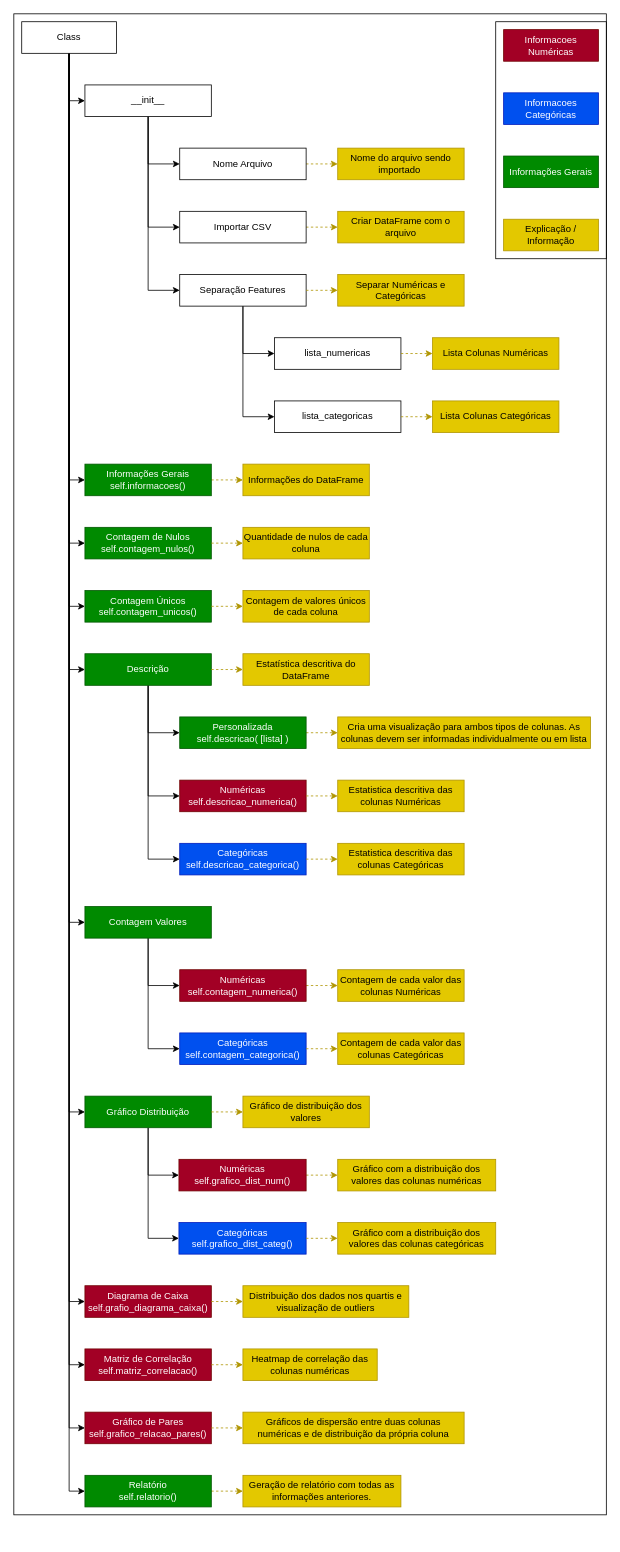
Above: assets/Projeto_DataViz.drawio in MarceloHenriques/Projeto_Data_Quality (draw.io), before the change. Source tidied: cells renumbered, new cells numbered last; positions are measured from the earlier drawing's top-left corner, leaving out a move shared by most shapes. Both pictures are drawn from the tidied source at 79%, with x=0, y=0 at pixel (13, 13).
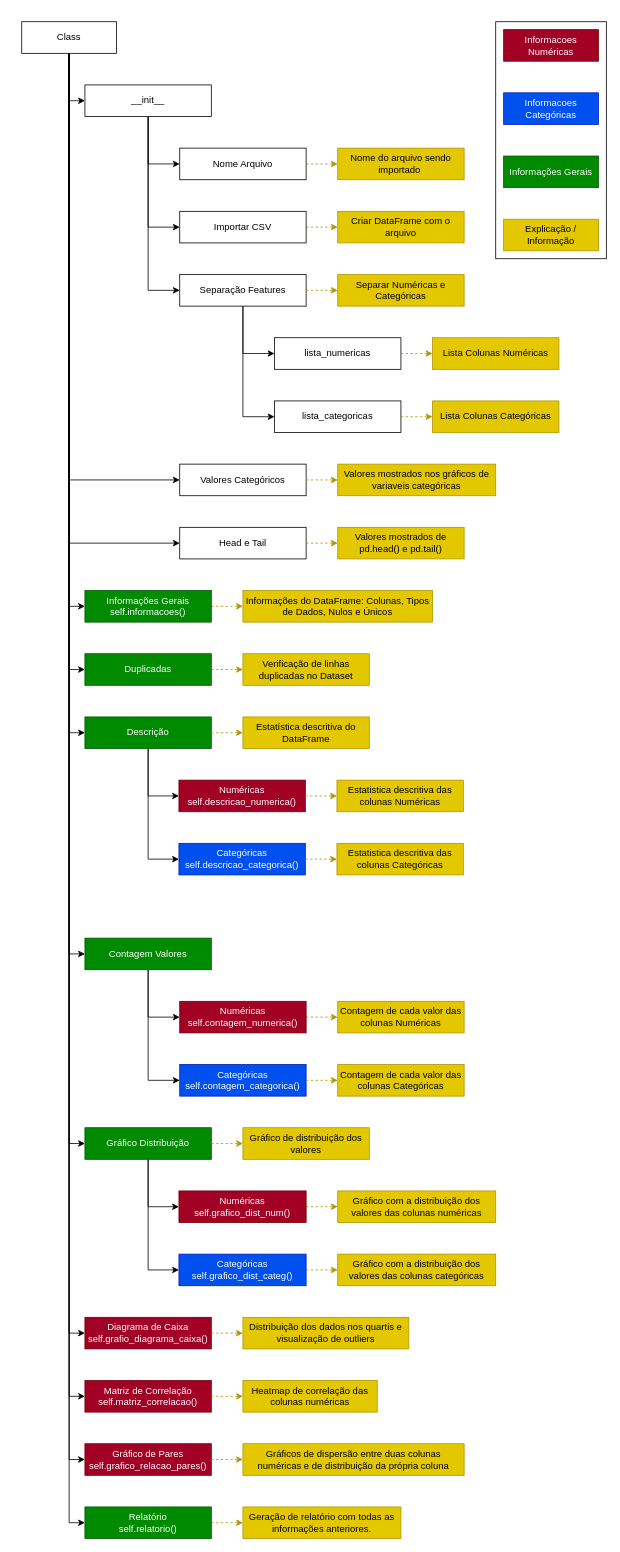
Above is the later version.

Commit message (it also covers changes not shown here):
Finalização Data Quality e atualizados arquivos readme e de fluxo.

Unchanged cells that the change refers to:
```xml
<mxCell id="15" value="Class" style="rounded=0;whiteSpace=wrap;html=1;" parent="1" vertex="1">
  <mxGeometry x="10" y="10" width="120" height="40" as="geometry" />
</mxCell>
```

The edit, as a diff of the source:
```diff
@@
-    <mxCell id="2" style="rounded=0;whiteSpace=wrap;html=1;fillColor=none;" parent="1" vertex="1">
-      <mxGeometry width="750" height="1900" as="geometry" />
-    </mxCell>
@@
-    <mxCell id="7" style="edgeStyle=orthogonalEdgeStyle;rounded=0;jettySize=auto;html=1;entryX=0;entryY=0.5;entryDx=0;entryDy=0;exitX=0.5;exitY=1;exitDx=0;exitDy=0;" parent="1" edge="1" source="15" target="37">
-      <mxGeometry relative="1" as="geometry" />
-    </mxCell>
@@
+    <mxCell id="98" style="edgeStyle=orthogonalEdgeStyle;rounded=0;jettySize=auto;html=1;entryX=0;entryY=0.5;entryDx=0;entryDy=0;exitX=0.5;exitY=1;exitDx=0;exitDy=0;" parent="1" edge="1" source="15" target="100">
+      <mxGeometry relative="1" as="geometry" />
+    </mxCell>
+    <mxCell id="99" style="edgeStyle=orthogonalEdgeStyle;rounded=0;jettySize=auto;html=1;entryX=0;entryY=0.5;entryDx=0;entryDy=0;exitX=0.5;exitY=1;exitDx=0;exitDy=0;" parent="1" edge="1" source="15" target="101">
+      <mxGeometry relative="1" as="geometry" />
+    </mxCell>
@@
     <mxCell id="31" value="&lt;div&gt;Numéricas&lt;/div&gt;&lt;div&gt;self.contagem_numerica()&lt;br&gt;&lt;/div&gt;" style="rounded=0;whiteSpace=wrap;html=1;fillColor=#a20025;fontColor=#ffffff;strokeColor=#6F0000;" parent="1" vertex="1">
-      <mxGeometry x="210" y="1210" width="160" height="40" as="geometry" />
+      <mxGeometry x="210" y="1250" width="160" height="40" as="geometry" />
     </mxCell>
     <mxCell id="32" value="Contagem de cada valor das colunas Numéricas" style="rounded=0;whiteSpace=wrap;html=1;fillColor=#e3c800;fontColor=#000000;strokeColor=#B09500;" parent="1" vertex="1">
-      <mxGeometry x="410" y="1210" width="160" height="40" as="geometry" />
+      <mxGeometry x="410" y="1250" width="160" height="40" as="geometry" />
     </mxCell>
@@
-    <mxCell id="37" value="Contagem de Nulos&lt;div&gt;self.contagem_nulos()&lt;/div&gt;" style="rounded=0;whiteSpace=wrap;html=1;fillColor=#008a00;fontColor=#ffffff;strokeColor=#005700;" parent="1" vertex="1">
-      <mxGeometry x="90" y="650" width="160" height="40" as="geometry" />
-    </mxCell>
-    <mxCell id="38" value="Quantidade de nulos de cada coluna" style="rounded=0;whiteSpace=wrap;html=1;fillColor=#e3c800;fontColor=#000000;strokeColor=#B09500;" parent="1" vertex="1">
-      <mxGeometry x="290" y="650" width="160" height="40" as="geometry" />
-    </mxCell>
-    <mxCell id="39" style="edgeStyle=orthogonalEdgeStyle;rounded=0;jettySize=auto;html=1;dashed=1;fillColor=#e3c800;strokeColor=#B09500;entryX=0;entryY=0.5;entryDx=0;entryDy=0;exitX=1;exitY=0.5;exitDx=0;exitDy=0;" parent="1" edge="1" source="37" target="38">
-      <mxGeometry relative="1" as="geometry" />
-    </mxCell>
-    <mxCell id="40" value="Contagem Únicos&lt;div&gt;self.contagem_unicos()&lt;/div&gt;" style="rounded=0;whiteSpace=wrap;html=1;fillColor=#008a00;fontColor=#ffffff;strokeColor=#005700;" parent="1" vertex="1">
-      <mxGeometry x="90" y="730" width="160" height="40" as="geometry" />
+    <mxCell id="40" value="Duplicadas" style="rounded=0;whiteSpace=wrap;html=1;fillColor=#008a00;fontColor=#ffffff;strokeColor=#005700;" parent="1" vertex="1">
+      <mxGeometry x="90" y="810" width="160" height="40" as="geometry" />
     </mxCell>
-    <mxCell id="41" value="Contagem de valores únicos de cada coluna" style="rounded=0;whiteSpace=wrap;html=1;fillColor=#e3c800;fontColor=#000000;strokeColor=#B09500;" parent="1" vertex="1">
-      <mxGeometry x="290" y="730" width="160" height="40" as="geometry" />
+    <mxCell id="41" value="Verificação de linhas duplicadas no Dataset" style="rounded=0;whiteSpace=wrap;html=1;fillColor=#e3c800;fontColor=#000000;strokeColor=#B09500;" parent="1" vertex="1">
+      <mxGeometry x="290" y="810" width="160" height="40" as="geometry" />
     </mxCell>
@@
     <mxCell id="43" value="&lt;div&gt;Categóricas&lt;/div&gt;&lt;div&gt;self.contagem_categorica()&lt;br&gt;&lt;/div&gt;" style="rounded=0;whiteSpace=wrap;html=1;fillColor=#0050ef;fontColor=#ffffff;strokeColor=#001DBC;" parent="1" vertex="1">
-      <mxGeometry x="210" y="1290" width="160" height="40" as="geometry" />
+      <mxGeometry x="210" y="1330" width="160" height="40" as="geometry" />
     </mxCell>
     <mxCell id="44" value="Contagem de cada valor das colunas Categóricas" style="rounded=0;whiteSpace=wrap;html=1;fillColor=#e3c800;fontColor=#000000;strokeColor=#B09500;" parent="1" vertex="1">
-      <mxGeometry x="410" y="1290" width="160" height="40" as="geometry" />
+      <mxGeometry x="410" y="1330" width="160" height="40" as="geometry" />
     </mxCell>
@@
     <mxCell id="48" value="Gráfico Distribuição" style="rounded=0;whiteSpace=wrap;html=1;fillColor=#008a00;fontColor=#ffffff;strokeColor=#005700;" parent="1" vertex="1">
-      <mxGeometry x="90" y="1370" width="160" height="40" as="geometry" />
+      <mxGeometry x="90" y="1410" width="160" height="40" as="geometry" />
     </mxCell>
     <mxCell id="49" value="Gráfico de distribuição dos valores" style="rounded=0;whiteSpace=wrap;html=1;fillColor=#e3c800;fontColor=#000000;strokeColor=#B09500;" parent="1" vertex="1">
-      <mxGeometry x="290" y="1370" width="160" height="40" as="geometry" />
+      <mxGeometry x="290" y="1410" width="160" height="40" as="geometry" />
     </mxCell>
@@
     <mxCell id="61" value="Informações Gerais&lt;div&gt;self.informacoes()&lt;/div&gt;" style="rounded=0;whiteSpace=wrap;html=1;fillColor=#008a00;fontColor=#ffffff;strokeColor=#005700;" parent="1" vertex="1">
-      <mxGeometry x="90" y="570" width="160" height="40" as="geometry" />
+      <mxGeometry x="90" y="730" width="160" height="40" as="geometry" />
     </mxCell>
-    <mxCell id="62" value="Informações do DataFrame" style="rounded=0;whiteSpace=wrap;html=1;fillColor=#e3c800;fontColor=#000000;strokeColor=#B09500;" parent="1" vertex="1">
-      <mxGeometry x="290" y="570" width="160" height="40" as="geometry" />
+    <mxCell id="62" value="Informações do DataFrame: Colunas, Tipos de Dados, Nulos e Únicos" style="rounded=0;whiteSpace=wrap;html=1;fillColor=#e3c800;fontColor=#000000;strokeColor=#B09500;" parent="1" vertex="1">
+      <mxGeometry x="290" y="730" width="240" height="40" as="geometry" />
     </mxCell>
-    <mxCell id="63" style="edgeStyle=orthogonalEdgeStyle;rounded=0;jettySize=auto;html=1;entryX=0;entryY=0.5;entryDx=0;entryDy=0;exitX=0.5;exitY=1;exitDx=0;exitDy=0;" parent="1" edge="1" source="66" target="70">
-      <mxGeometry relative="1" as="geometry" />
-    </mxCell>
@@
     <mxCell id="66" value="Descrição" style="rounded=0;whiteSpace=wrap;html=1;fillColor=#008a00;fontColor=#ffffff;strokeColor=#005700;" parent="1" vertex="1">
-      <mxGeometry x="90" y="810" width="160" height="40" as="geometry" />
+      <mxGeometry x="90" y="890" width="160" height="40" as="geometry" />
     </mxCell>
     <mxCell id="67" value="Estatística descritiva do DataFrame" style="rounded=0;whiteSpace=wrap;html=1;fillColor=#e3c800;fontColor=#000000;strokeColor=#B09500;" parent="1" vertex="1">
-      <mxGeometry x="290" y="810" width="160" height="40" as="geometry" />
+      <mxGeometry x="290" y="890" width="160" height="40" as="geometry" />
     </mxCell>
@@
-    <mxCell id="69" style="edgeStyle=orthogonalEdgeStyle;rounded=0;jettySize=auto;html=1;entryX=0;entryY=0.5;entryDx=0;entryDy=0;exitX=1;exitY=0.5;exitDx=0;exitDy=0;fillColor=#e3c800;strokeColor=#B09500;dashed=1;" parent="1" edge="1" source="70" target="73">
-      <mxGeometry relative="1" as="geometry" />
-    </mxCell>
-    <mxCell id="70" value="Personalizada&lt;div&gt;self.descricao( [lista] )&lt;/div&gt;" style="rounded=0;whiteSpace=wrap;html=1;fillColor=#008a00;fontColor=#ffffff;strokeColor=#005700;" parent="1" vertex="1">
-      <mxGeometry x="210" y="890" width="160" height="40" as="geometry" />
-    </mxCell>
     <mxCell id="71" value="Numéricas&lt;div&gt;self.descricao_numerica()&lt;/div&gt;" style="rounded=0;whiteSpace=wrap;html=1;fillColor=#a20025;fontColor=#ffffff;strokeColor=#6F0000;" parent="1" vertex="1">
-      <mxGeometry x="210" y="970" width="160" height="40" as="geometry" />
+      <mxGeometry x="209" y="970" width="160" height="40" as="geometry" />
     </mxCell>
     <mxCell id="72" value="Categóricas&lt;div&gt;self.descricao_categorica()&lt;/div&gt;" style="rounded=0;whiteSpace=wrap;html=1;fillColor=#0050ef;fontColor=#ffffff;strokeColor=#001DBC;" parent="1" vertex="1">
-      <mxGeometry x="210" y="1050" width="160" height="40" as="geometry" />
+      <mxGeometry x="209" y="1050" width="160" height="40" as="geometry" />
     </mxCell>
-    <mxCell id="73" value="Cria uma visualização para ambos tipos de colunas. As colunas devem ser informadas individualmente ou em lista" style="rounded=0;whiteSpace=wrap;html=1;fillColor=#e3c800;fontColor=#000000;strokeColor=#B09500;" parent="1" vertex="1">
-      <mxGeometry x="410" y="890" width="320" height="40" as="geometry" />
-    </mxCell>
     <mxCell id="74" value="Estatistica descritiva das colunas Numéricas" style="rounded=0;whiteSpace=wrap;html=1;fillColor=#e3c800;fontColor=#000000;strokeColor=#B09500;" parent="1" vertex="1">
-      <mxGeometry x="410" y="970" width="160" height="40" as="geometry" />
+      <mxGeometry x="409" y="970" width="160" height="40" as="geometry" />
     </mxCell>
@@
     <mxCell id="77" value="Estatistica descritiva das colunas Categóricas" style="rounded=0;whiteSpace=wrap;html=1;fillColor=#e3c800;fontColor=#000000;strokeColor=#B09500;" parent="1" vertex="1">
-      <mxGeometry x="410" y="1050" width="160" height="40" as="geometry" />
+      <mxGeometry x="409" y="1050" width="160" height="40" as="geometry" />
     </mxCell>
@@
     <mxCell id="80" value="Contagem Valores" style="rounded=0;whiteSpace=wrap;html=1;fillColor=#008a00;fontColor=#ffffff;strokeColor=#005700;" parent="1" vertex="1">
-      <mxGeometry x="90" y="1130" width="160" height="40" as="geometry" />
+      <mxGeometry x="90" y="1170" width="160" height="40" as="geometry" />
     </mxCell>
     <mxCell id="81" value="&lt;div&gt;Numéricas&lt;/div&gt;&lt;div&gt;self.grafico_dist_num()&lt;/div&gt;" style="rounded=0;whiteSpace=wrap;html=1;fillColor=#a20025;fontColor=#ffffff;strokeColor=#6F0000;" parent="1" vertex="1">
-      <mxGeometry x="209" y="1450" width="161" height="40" as="geometry" />
+      <mxGeometry x="209" y="1490" width="161" height="40" as="geometry" />
     </mxCell>
     <mxCell id="82" value="Gráfico com a distribuição dos valores das colunas numéricas" style="rounded=0;whiteSpace=wrap;html=1;fillColor=#e3c800;fontColor=#000000;strokeColor=#B09500;" parent="1" vertex="1">
-      <mxGeometry x="410" y="1450" width="200" height="40" as="geometry" />
+      <mxGeometry x="410" y="1490" width="200" height="40" as="geometry" />
     </mxCell>
     <mxCell id="83" value="&lt;div&gt;Categóricas&lt;/div&gt;&lt;div&gt;self.grafico_dist_categ()&lt;/div&gt;" style="rounded=0;whiteSpace=wrap;html=1;fillColor=#0050ef;fontColor=#ffffff;strokeColor=#001DBC;" parent="1" vertex="1">
-      <mxGeometry x="209" y="1530" width="161" height="40" as="geometry" />
+      <mxGeometry x="209" y="1570" width="161" height="40" as="geometry" />
     </mxCell>
     <mxCell id="84" value="Gráfico com a distribuição dos valores das colunas categóricas" style="rounded=0;whiteSpace=wrap;html=1;fillColor=#e3c800;fontColor=#000000;strokeColor=#B09500;" parent="1" vertex="1">
-      <mxGeometry x="410" y="1530" width="200" height="40" as="geometry" />
+      <mxGeometry x="410" y="1570" width="200" height="40" as="geometry" />
     </mxCell>
@@
     <mxCell id="86" value="&lt;div&gt;Diagrama de Caixa&lt;/div&gt;&lt;div&gt;self.grafio_diagrama_caixa()&lt;/div&gt;" style="rounded=0;whiteSpace=wrap;html=1;fillColor=#a20025;fontColor=#ffffff;strokeColor=#6F0000;" parent="1" vertex="1">
-      <mxGeometry x="90" y="1610" width="160" height="40" as="geometry" />
+      <mxGeometry x="90" y="1650" width="160" height="40" as="geometry" />
     </mxCell>
     <mxCell id="87" value="Distribuição dos dados nos quartis e visualização de outliers" style="rounded=0;whiteSpace=wrap;html=1;fillColor=#e3c800;fontColor=#000000;strokeColor=#B09500;" parent="1" vertex="1">
-      <mxGeometry x="290" y="1610" width="210" height="40" as="geometry" />
+      <mxGeometry x="290" y="1650" width="210" height="40" as="geometry" />
     </mxCell>
@@
     <mxCell id="89" value="&lt;div&gt;Matriz de Correlação&lt;/div&gt;&lt;div&gt;self.matriz_correlacao()&lt;/div&gt;" style="rounded=0;whiteSpace=wrap;html=1;fillColor=#a20025;fontColor=#ffffff;strokeColor=#6F0000;" parent="1" vertex="1">
-      <mxGeometry x="90" y="1690" width="160" height="40" as="geometry" />
+      <mxGeometry x="90" y="1730" width="160" height="40" as="geometry" />
     </mxCell>
     <mxCell id="90" value="Heatmap de correlação das colunas numéricas" style="rounded=0;whiteSpace=wrap;html=1;fillColor=#e3c800;fontColor=#000000;strokeColor=#B09500;" parent="1" vertex="1">
-      <mxGeometry x="290" y="1690" width="170" height="40" as="geometry" />
+      <mxGeometry x="290" y="1730" width="170" height="40" as="geometry" />
     </mxCell>
@@
     <mxCell id="92" value="&lt;div&gt;Gráfico de Pares&lt;/div&gt;&lt;div&gt;self.grafico_relacao_pares()&lt;/div&gt;" style="rounded=0;whiteSpace=wrap;html=1;fillColor=#a20025;fontColor=#ffffff;strokeColor=#6F0000;" parent="1" vertex="1">
-      <mxGeometry x="90" y="1770" width="160" height="40" as="geometry" />
+      <mxGeometry x="90" y="1810" width="160" height="40" as="geometry" />
     </mxCell>
     <mxCell id="93" value="Gráficos de dispersão entre duas colunas numéricas e de distribuição da própria coluna" style="rounded=0;whiteSpace=wrap;html=1;fillColor=#e3c800;fontColor=#000000;strokeColor=#B09500;" parent="1" vertex="1">
-      <mxGeometry x="290" y="1770" width="280" height="40" as="geometry" />
+      <mxGeometry x="290" y="1810" width="280" height="40" as="geometry" />
     </mxCell>
@@
     <mxCell id="96" value="Relatório&lt;div&gt;self.relatorio()&lt;/div&gt;" style="rounded=0;whiteSpace=wrap;html=1;fillColor=#008a00;fontColor=#ffffff;strokeColor=#005700;" parent="1" vertex="1">
-      <mxGeometry x="90" y="1850" width="160" height="40" as="geometry" />
+      <mxGeometry x="90" y="1890" width="160" height="40" as="geometry" />
     </mxCell>
     <mxCell id="97" value="Geração de relatório com todas as informações anteriores." style="rounded=0;whiteSpace=wrap;html=1;fillColor=#e3c800;fontColor=#000000;strokeColor=#B09500;" parent="1" vertex="1">
-      <mxGeometry x="290" y="1850" width="200" height="40" as="geometry" />
+      <mxGeometry x="290" y="1890" width="200" height="40" as="geometry" />
     </mxCell>
+    <mxCell id="100" value="Valores Categóricos" style="rounded=0;whiteSpace=wrap;html=1;" parent="1" vertex="1">
+      <mxGeometry x="210" y="570" width="160" height="40" as="geometry" />
+    </mxCell>
+    <mxCell id="101" value="Head e Tail" style="rounded=0;whiteSpace=wrap;html=1;" parent="1" vertex="1">
+      <mxGeometry x="210" y="650" width="160" height="40" as="geometry" />
+    </mxCell>
+    <mxCell id="102" value="Valores mostrados nos gráficos de variaveis categóricas" style="rounded=0;whiteSpace=wrap;html=1;fillColor=#e3c800;fontColor=#000000;strokeColor=#B09500;" parent="1" vertex="1">
+      <mxGeometry x="410" y="570" width="200" height="40" as="geometry" />
+    </mxCell>
+    <mxCell id="103" style="edgeStyle=orthogonalEdgeStyle;rounded=0;jettySize=auto;html=1;dashed=1;fillColor=#e3c800;strokeColor=#B09500;entryX=0;entryY=0.5;entryDx=0;entryDy=0;exitX=1;exitY=0.5;exitDx=0;exitDy=0;" parent="1" edge="1" source="100" target="102">
+      <mxGeometry relative="1" as="geometry" />
+    </mxCell>
+    <mxCell id="104" value="Valores mostrados de pd.head() e pd.tail()" style="rounded=0;whiteSpace=wrap;html=1;fillColor=#e3c800;fontColor=#000000;strokeColor=#B09500;" parent="1" vertex="1">
+      <mxGeometry x="410" y="650" width="160" height="40" as="geometry" />
+    </mxCell>
+    <mxCell id="105" style="edgeStyle=orthogonalEdgeStyle;rounded=0;jettySize=auto;html=1;dashed=1;fillColor=#e3c800;strokeColor=#B09500;entryX=0;entryY=0.5;entryDx=0;entryDy=0;exitX=1;exitY=0.5;exitDx=0;exitDy=0;" parent="1" edge="1" source="101" target="104">
+      <mxGeometry relative="1" as="geometry" />
+    </mxCell>
```
